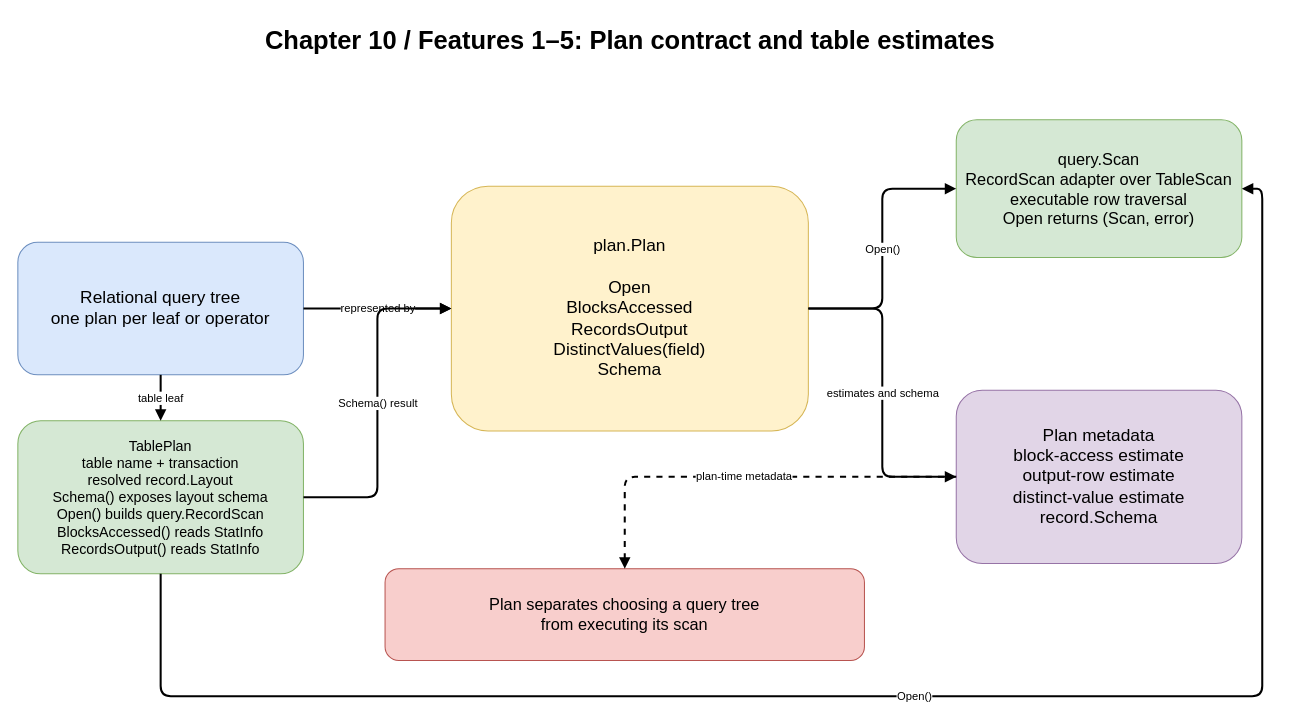
Before: docs/diagrams/ch10-plan-contract.drawio in Rwatana/simledb_in_go, a draw.io diagram. Source tidied: cells renumbered, new cells numbered last; positions are measured from the earlier drawing's top-left corner, leaving out a move shared by most shapes. Both pictures are drawn from the tidied source at 102%, with x=0, y=0 at pixel (17, 17).
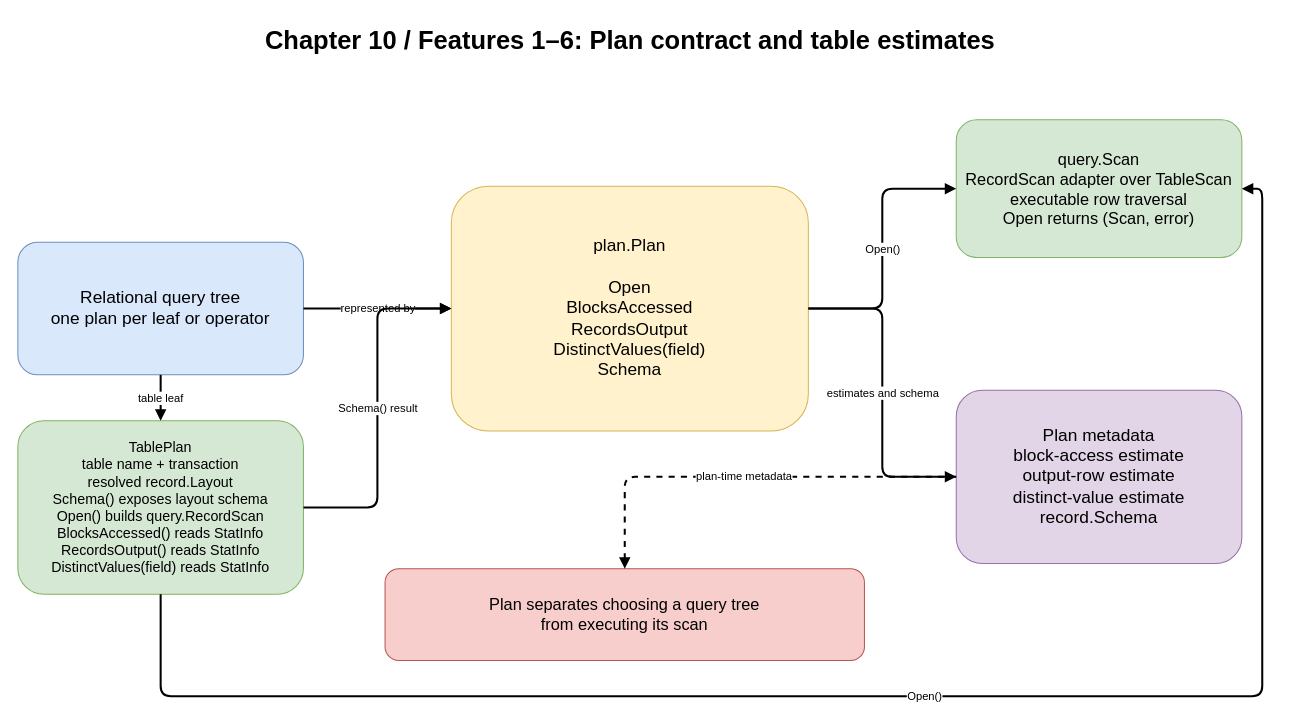
The same diagram, later.

Commit message (it also covers changes not shown here):
feat: estimate distinct table values

Change to the diagram source:
```diff
@@
 <mxGraphModel>
   <root>
     <mxCell id="0" />
     <mxCell id="1" parent="0" />
-    <mxCell id="2" value="Chapter 10 / Features 1–5: Plan contract and table estimates" style="text;html=1;align=center;fontSize=25;fontStyle=1;" parent="1" vertex="1">
+    <mxCell id="2" value="Chapter 10 / Features 1–6: Plan contract and table estimates" style="text;html=1;align=center;fontSize=25;fontStyle=1;" parent="1" vertex="1">
       <mxGeometry x="100" width="1000" height="55" as="geometry" />
     </mxCell>
     <mxCell id="3" value="Relational query tree&#10;one plan per leaf or operator" style="rounded=1;whiteSpace=wrap;html=1;fillColor=#dae8fc;strokeColor=#6c8ebf;fontSize=17;" parent="1" vertex="1">
       <mxGeometry y="220" width="280" height="130" as="geometry" />
     </mxCell>
-    <mxCell id="4" value="TablePlan&#10;table name + transaction&#10;resolved record.Layout&#10;Schema() exposes layout schema&#10;Open() builds query.RecordScan&#10;BlocksAccessed() reads StatInfo&#10;RecordsOutput() reads StatInfo" style="rounded=1;whiteSpace=wrap;html=1;fillColor=#d5e8d4;strokeColor=#82b366;fontSize=14;" parent="1" vertex="1">
-      <mxGeometry y="395" width="280" height="150" as="geometry" />
+    <mxCell id="4" value="TablePlan&#10;table name + transaction&#10;resolved record.Layout&#10;Schema() exposes layout schema&#10;Open() builds query.RecordScan&#10;BlocksAccessed() reads StatInfo&#10;RecordsOutput() reads StatInfo&#10;DistinctValues(field) reads StatInfo" style="rounded=1;whiteSpace=wrap;html=1;fillColor=#d5e8d4;strokeColor=#82b366;fontSize=14;" parent="1" vertex="1">
+      <mxGeometry y="395" width="280" height="170" as="geometry" />
     </mxCell>
     <mxCell id="5" value="plan.Plan&#10;&#10;Open&#10;BlocksAccessed&#10;RecordsOutput&#10;DistinctValues(field)&#10;Schema" style="rounded=1;whiteSpace=wrap;html=1;fillColor=#fff2cc;strokeColor=#d6b656;fontSize=17;" parent="1" vertex="1">
       <mxGeometry x="425" y="165" width="350" height="240" as="geometry" />
     </mxCell>
     <mxCell id="6" value="query.Scan&#10;RecordScan adapter over TableScan&#10;executable row traversal&#10;Open returns (Scan, error)" style="rounded=1;whiteSpace=wrap;html=1;fillColor=#d5e8d4;strokeColor=#82b366;fontSize=16;" parent="1" vertex="1">
       <mxGeometry x="920" y="100" width="280" height="135" as="geometry" />
     </mxCell>
     <mxCell id="7" value="Plan metadata&#10;block-access estimate&#10;output-row estimate&#10;distinct-value estimate&#10;record.Schema" style="rounded=1;whiteSpace=wrap;html=1;fillColor=#e1d5e7;strokeColor=#9673a6;fontSize=17;" parent="1" vertex="1">
       <mxGeometry x="920" y="365" width="280" height="170" as="geometry" />
     </mxCell>
     <mxCell id="8" value="Plan separates choosing a query tree&#10;from executing its scan" style="rounded=1;whiteSpace=wrap;html=1;fillColor=#f8cecc;strokeColor=#b85450;fontSize=16;" parent="1" vertex="1">
       <mxGeometry x="360" y="540" width="470" height="90" as="geometry" />
     </mxCell>
     <mxCell id="9" value="represented by" style="edgeStyle=orthogonalEdgeStyle;html=1;endArrow=block;strokeWidth=2;" parent="1" edge="1" source="3" target="5">
       <mxGeometry relative="1" as="geometry" />
     </mxCell>
     <mxCell id="10" value="table leaf" style="edgeStyle=orthogonalEdgeStyle;html=1;endArrow=block;strokeWidth=2;" parent="1" edge="1" source="3" target="4">
       <mxGeometry relative="1" as="geometry" />
     </mxCell>
     <mxCell id="11" value="Schema() result" style="edgeStyle=orthogonalEdgeStyle;html=1;endArrow=block;strokeWidth=2;" parent="1" edge="1" source="4" target="5">
       <mxGeometry relative="1" as="geometry" />
     </mxCell>
     <mxCell id="12" value="Open()" style="edgeStyle=orthogonalEdgeStyle;html=1;endArrow=block;strokeWidth=2;exitX=0.5;exitY=1;exitDx=0;exitDy=0;entryX=1;entryY=0.5;entryDx=0;entryDy=0;" parent="1" edge="1" source="4" target="6">
       <mxGeometry relative="1" as="geometry">
         <Array as="points">
           <mxPoint x="140" y="665" />
           <mxPoint x="1220" y="665" />
           <mxPoint x="1220" y="167" />
         </Array>
       </mxGeometry>
     </mxCell>
     <mxCell id="13" value="Open()" style="edgeStyle=orthogonalEdgeStyle;html=1;endArrow=block;strokeWidth=2;" parent="1" edge="1" source="5" target="6">
       <mxGeometry relative="1" as="geometry" />
     </mxCell>
     <mxCell id="14" value="estimates and schema" style="edgeStyle=orthogonalEdgeStyle;html=1;endArrow=block;strokeWidth=2;" parent="1" edge="1" source="5" target="7">
       <mxGeometry relative="1" as="geometry" />
     </mxCell>
     <mxCell id="15" value="plan-time metadata" style="edgeStyle=orthogonalEdgeStyle;html=1;endArrow=block;strokeWidth=2;dashed=1;" parent="1" edge="1" source="7" target="8">
       <mxGeometry relative="1" as="geometry" />
     </mxCell>
   </root>
 </mxGraphModel>
```
